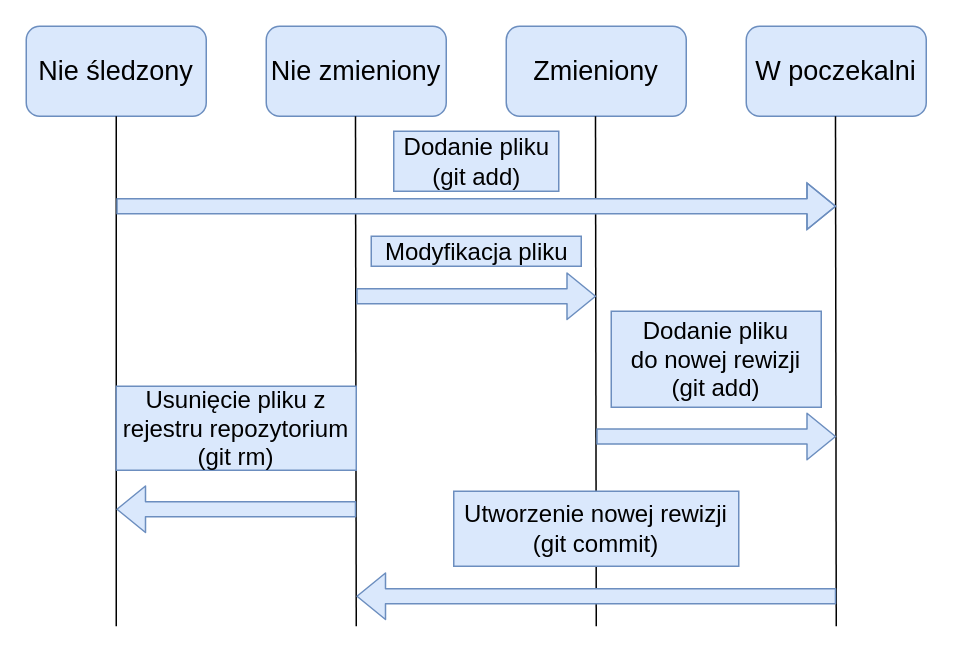
Above: thesis/res/draw.io/fileStates.drawio in arokasprz100/Bachelor-thesis (draw.io), before the change. Source tidied: cells renumbered, new cells numbered last; positions are measured from the earlier drawing's top-left corner, leaving out a move shared by most shapes. Both pictures are drawn from the tidied source at 150%, with x=0, y=0 at pixel (26, 26).
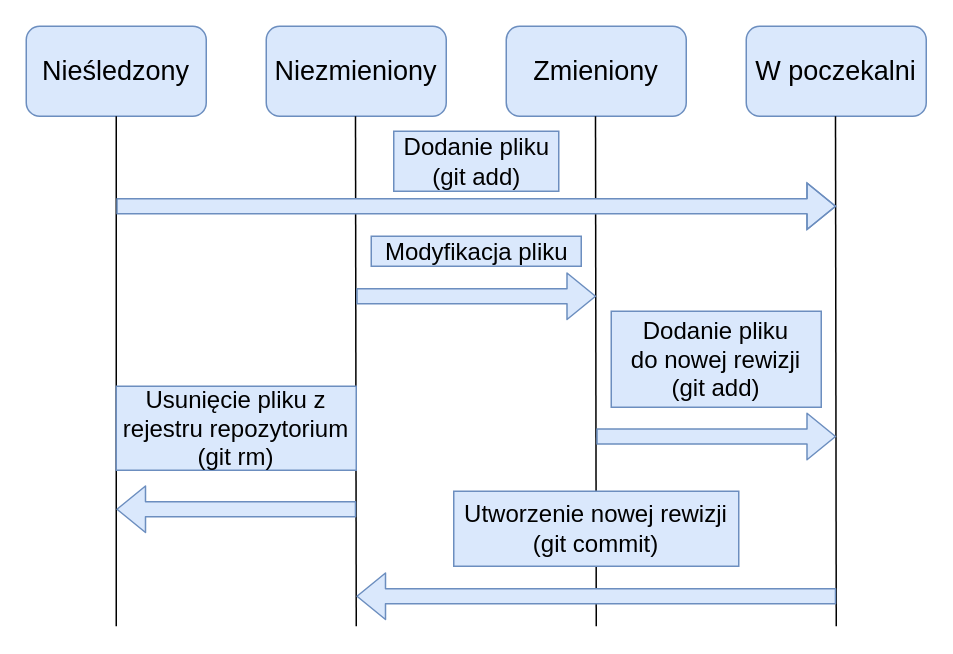
Above is the later version.

Diff of the diagram source:
```diff
@@
-    <mxCell id="2" value="&lt;font style=&quot;font-size: 18px&quot;&gt;Nie śledzony&lt;/font&gt;" style="rounded=1;whiteSpace=wrap;html=1;fillColor=#dae8fc;strokeColor=#6c8ebf;" parent="1" vertex="1">
+    <mxCell id="2" value="&lt;font style=&quot;font-size: 18px&quot;&gt;Nieśledzony&lt;/font&gt;" style="rounded=1;whiteSpace=wrap;html=1;fillColor=#dae8fc;strokeColor=#6c8ebf;" parent="1" vertex="1">
       <mxGeometry width="120" height="60" as="geometry" />
     </mxCell>
@@
-    <mxCell id="4" value="&lt;font style=&quot;font-size: 18px&quot;&gt;Nie zmieniony&lt;/font&gt;" style="rounded=1;whiteSpace=wrap;html=1;fillColor=#dae8fc;strokeColor=#6c8ebf;" parent="1" vertex="1">
+    <mxCell id="4" value="&lt;font style=&quot;font-size: 18px&quot;&gt;Niezmieniony&lt;/font&gt;" style="rounded=1;whiteSpace=wrap;html=1;fillColor=#dae8fc;strokeColor=#6c8ebf;" parent="1" vertex="1">
       <mxGeometry x="160" width="120" height="60" as="geometry" />
     </mxCell>
```
